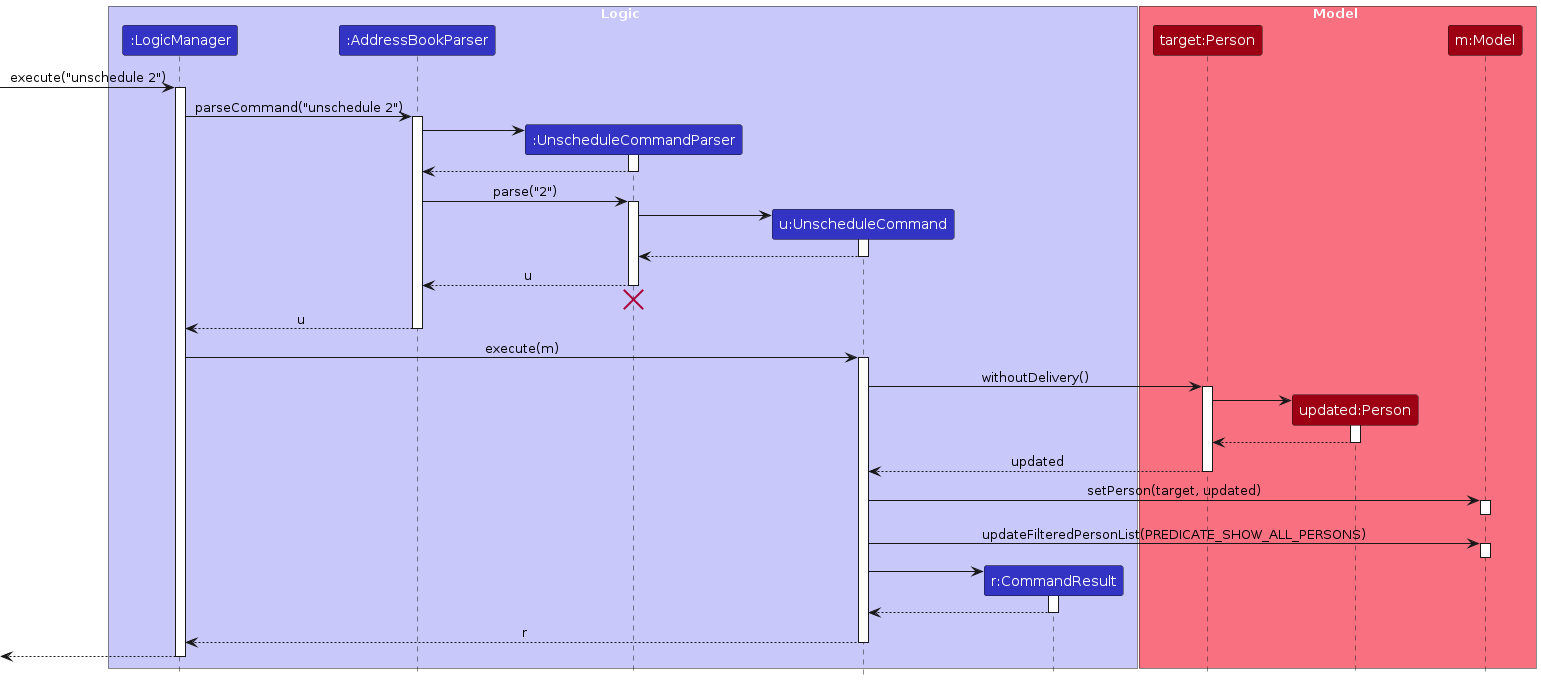
Earlier version of the PlantUML export diagrams/UnscheduleSequenceDiagram.png (AY2526S2-CS2103T-W14-2/tp). Its source is kept beside it as diagrams/UnscheduleSequenceDiagram.puml.
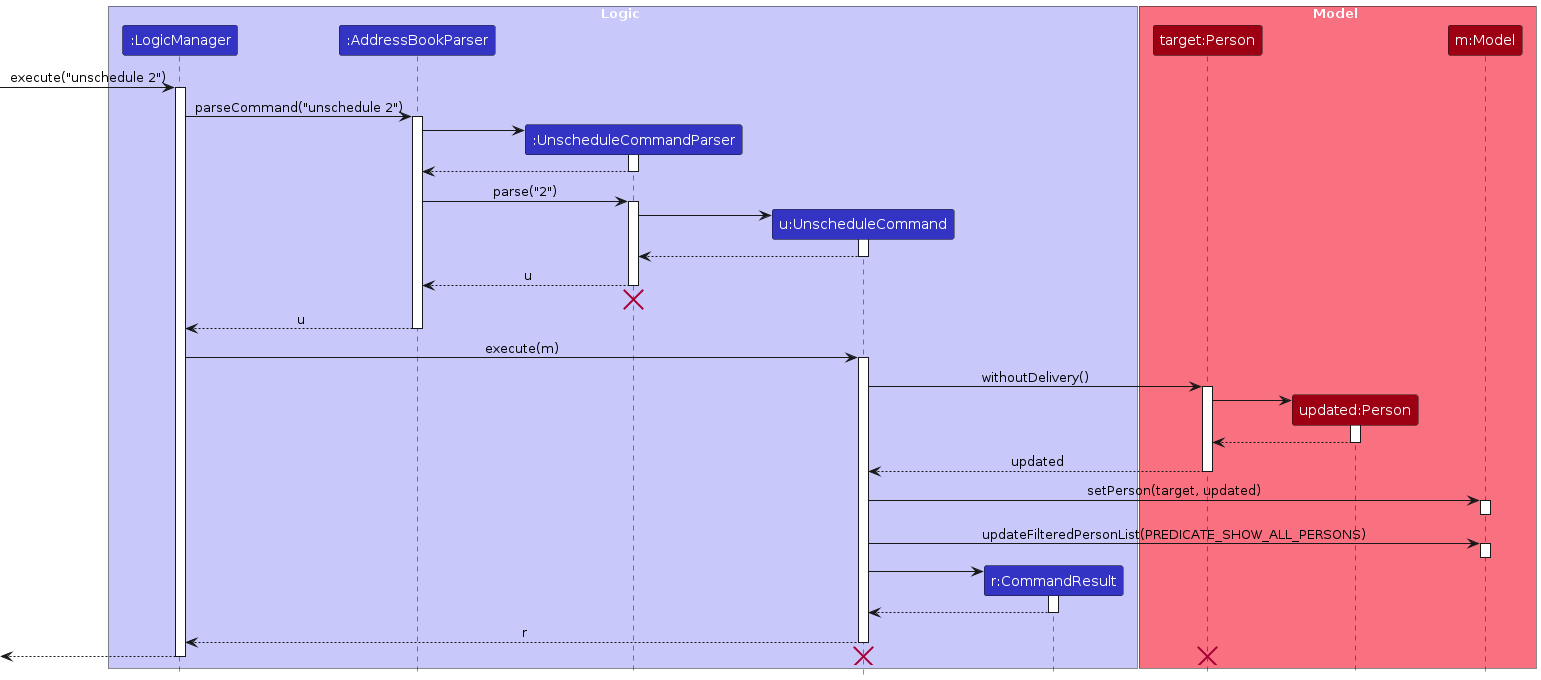
Above is the later version.

The edit, as a diff of the source:
```diff
@@ -87,4 +87,6 @@
 
 [<--LogicManager
 deactivate LogicManager
+destroy UnscheduleCommand
+destroy TargetPerson
 @enduml
```
